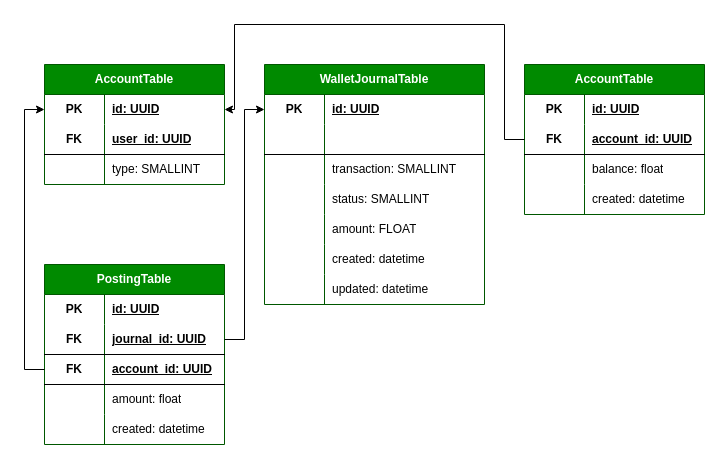
This is page "wallet_database" (8 of 9) of Advertiser-Blogger.drawio from KmvRoman/Diagrams, a draw.io file, before an edit. Source tidied: cells renumbered, new cells numbered last; positions are measured from the earlier drawing's top-left corner, leaving out a move shared by most shapes. Both pictures are drawn from the tidied source at 100%, with x=0, y=0 at pixel (44, 24).
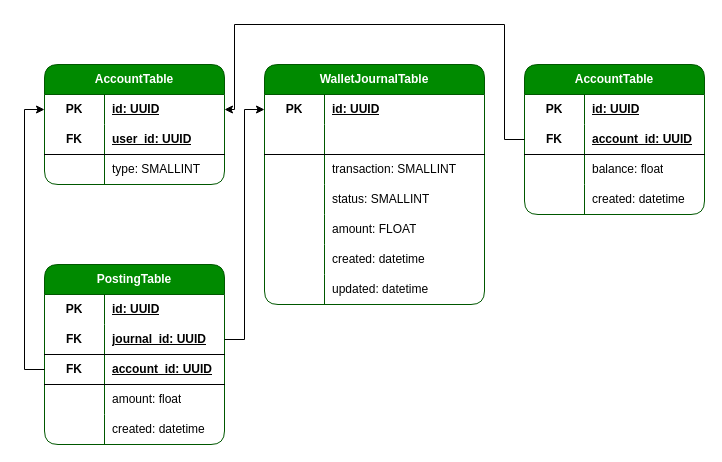
The same diagram, later.

The edit, as a diff of the source:
```diff
@@
-    <mxCell id="2" value="WalletJournalTable" style="shape=table;startSize=30;childLayout=tableLayout;rowLines=0;fontStyle=1;align=center;html=1;whiteSpace=wrap;fillColor=#008a00;fontColor=#ffffff;strokeColor=#005700;" parent="1" vertex="1">
+    <mxCell id="2" value="WalletJournalTable" style="shape=table;startSize=30;childLayout=tableLayout;rowLines=0;fontStyle=1;align=center;html=1;whiteSpace=wrap;fillColor=#008a00;fontColor=#ffffff;strokeColor=#005700;rounded=1;" parent="1" vertex="1">
       <mxGeometry x="220" y="40" width="220" height="240" as="geometry" />
     </mxCell>
@@
-    <mxCell id="24" value="AccountTable" style="shape=table;startSize=30;childLayout=tableLayout;rowLines=0;fontStyle=1;align=center;html=1;whiteSpace=wrap;fillColor=#008a00;fontColor=#ffffff;strokeColor=#005700;" parent="1" vertex="1">
+    <mxCell id="24" value="AccountTable" style="shape=table;startSize=30;childLayout=tableLayout;rowLines=0;fontStyle=1;align=center;html=1;whiteSpace=wrap;fillColor=#008a00;fontColor=#ffffff;strokeColor=#005700;rounded=1;" parent="1" vertex="1">
       <mxGeometry y="40" width="180" height="120" as="geometry" />
     </mxCell>
@@
-    <mxCell id="34" value="PostingTable" style="shape=table;startSize=30;childLayout=tableLayout;rowLines=0;fontStyle=1;align=center;html=1;whiteSpace=wrap;fillColor=#008a00;fontColor=#ffffff;strokeColor=#005700;" parent="1" vertex="1">
+    <mxCell id="34" value="PostingTable" style="shape=table;startSize=30;childLayout=tableLayout;rowLines=0;fontStyle=1;align=center;html=1;whiteSpace=wrap;fillColor=#008a00;fontColor=#ffffff;strokeColor=#005700;rounded=1;" parent="1" vertex="1">
       <mxGeometry y="240" width="180" height="180" as="geometry" />
     </mxCell>
@@
-    <mxCell id="52" value="AccountTable" style="shape=table;startSize=30;childLayout=tableLayout;rowLines=0;fontStyle=1;align=center;html=1;whiteSpace=wrap;fillColor=#008a00;fontColor=#ffffff;strokeColor=#005700;" parent="1" vertex="1">
+    <mxCell id="52" value="AccountTable" style="shape=table;startSize=30;childLayout=tableLayout;rowLines=0;fontStyle=1;align=center;html=1;whiteSpace=wrap;fillColor=#008a00;fontColor=#ffffff;strokeColor=#005700;rounded=1;" parent="1" vertex="1">
       <mxGeometry x="480" y="40" width="180" height="150" as="geometry" />
     </mxCell>
```
